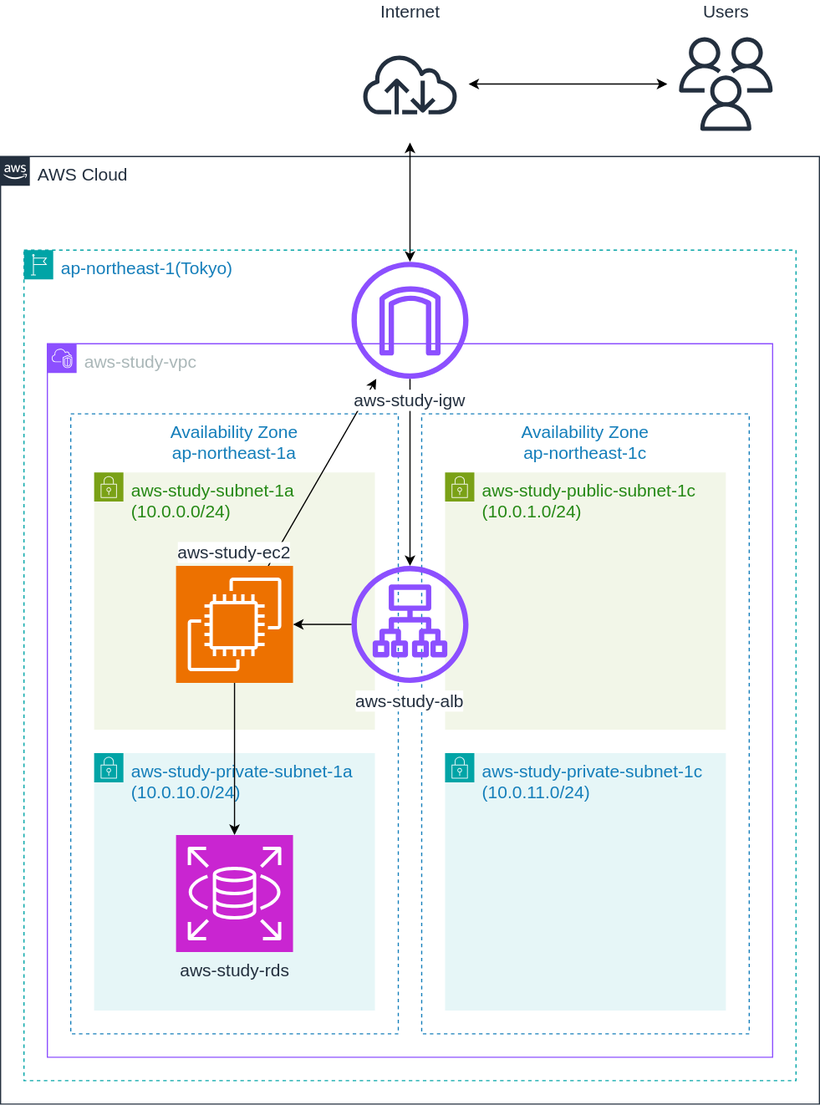
saway261/AWS-study keeps this draw.io diagram as docs/architecture/aws-diagram.svg. Above is the earlier version. Source tidied: cells renumbered, new cells last; positions are measured from the earlier drawing's top-left corner, leaving out a move shared by most shapes.
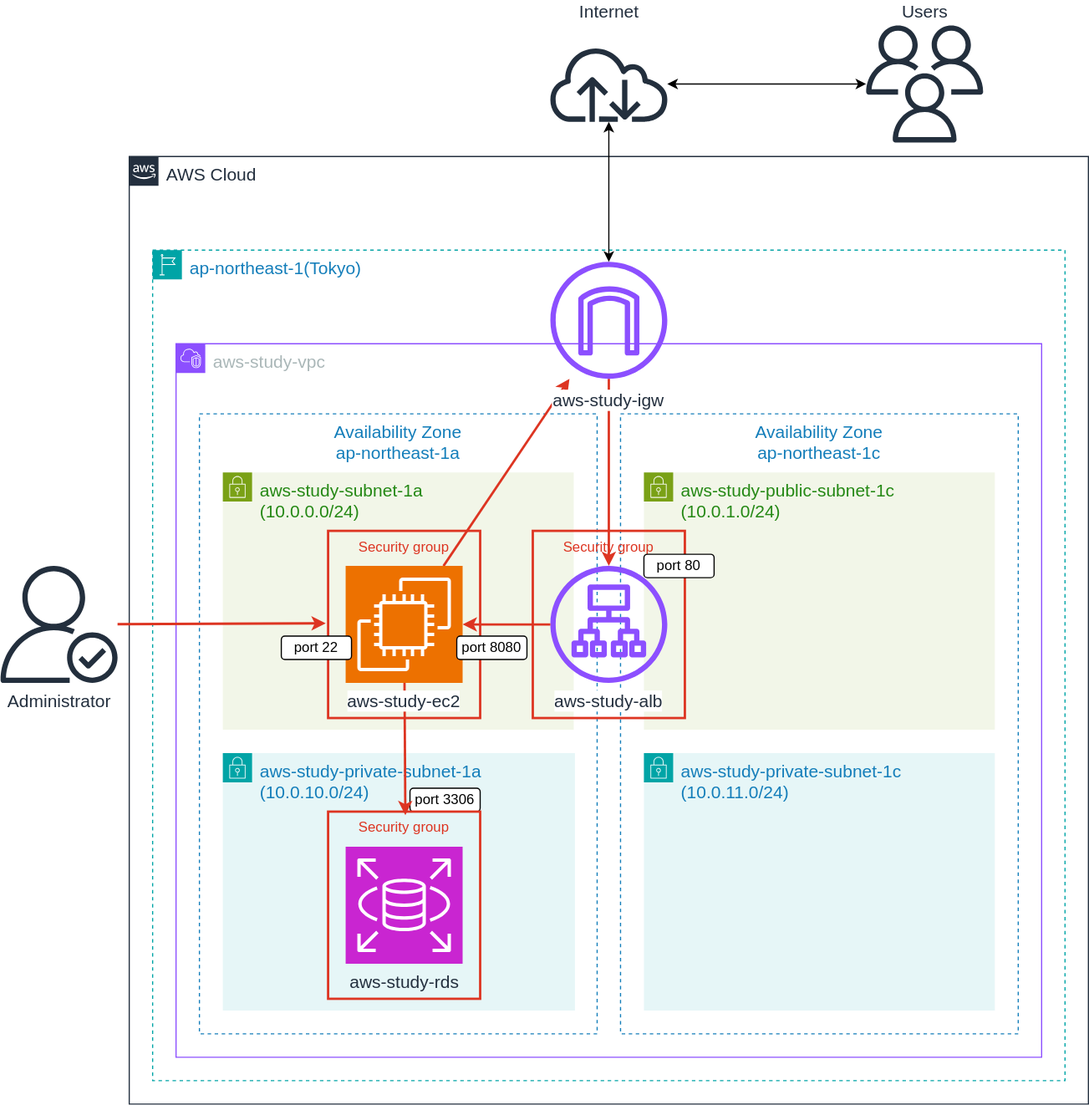
The same file after the commit.

Commit message:
fix: AWS構成図でSGによるインバウンド通信の制限を表現

What changed in the source:
```diff
@@ -3,67 +3,96 @@
     <mxCell id="0" />
     <mxCell id="1" parent="0" />
     <mxCell id="2" value="&lt;font&gt;AWS Cloud&lt;/font&gt;" style="gradientColor=none;html=1;whiteSpace=wrap;fontSize=15;fontStyle=0;shape=mxgraph.aws4.group;grIcon=mxgraph.aws4.group_aws_cloud_alt;strokeColor=#232F3E;fillColor=none;verticalAlign=top;align=left;spacingLeft=30;fontColor=#232F3E;dashed=0;" parent="1" vertex="1">
-      <mxGeometry y="112" width="700" height="810" as="geometry" />
+      <mxGeometry x="-60" y="112" width="820" height="810" as="geometry" />
     </mxCell>
     <mxCell id="3" value="&lt;font&gt;ap-northeast-1(Tokyo)&lt;/font&gt;" style="gradientColor=none;html=1;whiteSpace=wrap;fontSize=15;fontStyle=0;shape=mxgraph.aws4.group;grIcon=mxgraph.aws4.group_region;strokeColor=#00A4A6;fillColor=none;verticalAlign=top;align=left;spacingLeft=30;fontColor=#147EBA;dashed=1;" parent="1" vertex="1">
-      <mxGeometry x="20" y="192" width="660" height="710" as="geometry" />
+      <mxGeometry x="-40" y="192" width="780" height="710" as="geometry" />
     </mxCell>
     <mxCell id="4" value="&lt;font&gt;aws-study-vpc&lt;/font&gt;" style="sketch=0;gradientColor=none;html=1;whiteSpace=wrap;fontSize=15;fontStyle=0;shape=mxgraph.aws4.group;grIcon=mxgraph.aws4.group_vpc2;strokeColor=#8C4FFF;fillColor=none;verticalAlign=top;align=left;spacingLeft=30;fontColor=#AAB7B8;dashed=0;" parent="1" vertex="1">
-      <mxGeometry x="40" y="272" width="620" height="610" as="geometry" />
+      <mxGeometry x="-20" y="272" width="740" height="610" as="geometry" />
     </mxCell>
     <mxCell id="5" value="Availability Zone&lt;br&gt;ap-northeast-1c" style="fillColor=none;strokeColor=#147EBA;dashed=1;verticalAlign=top;fontStyle=0;fontColor=#147EBA;whiteSpace=wrap;html=1;fontSize=15;" parent="1" vertex="1">
-      <mxGeometry x="360" y="332" width="280" height="530" as="geometry" />
+      <mxGeometry x="360" y="332" width="340" height="530" as="geometry" />
     </mxCell>
     <mxCell id="6" value="Availability Zone&lt;br&gt;ap-northeast-1a" style="fillColor=none;strokeColor=#147EBA;dashed=1;verticalAlign=top;fontStyle=0;fontColor=#147EBA;whiteSpace=wrap;html=1;fontSize=15;" parent="1" vertex="1">
-      <mxGeometry x="60" y="332" width="280" height="530" as="geometry" />
+      <mxGeometry y="332" width="340" height="530" as="geometry" />
     </mxCell>
     <mxCell id="7" value="&lt;span style=&quot;color: rgb(36, 136, 20);&quot;&gt;&lt;span style=&quot;color: rgb(36, 136, 20);&quot;&gt;aws-study-public-subnet-1c&lt;/span&gt;&lt;br&gt;(10.0.1.0/24)&lt;/span&gt;" style="gradientColor=none;html=1;whiteSpace=wrap;fontSize=15;fontStyle=0;shape=mxgraph.aws4.group;grIcon=mxgraph.aws4.group_security_group;grStroke=0;strokeColor=#7AA116;fillColor=#F2F6E8;verticalAlign=top;align=left;spacingLeft=30;fontColor=#248814;dashed=0;" parent="1" vertex="1">
-      <mxGeometry x="380" y="382" width="240" height="220" as="geometry" />
+      <mxGeometry x="380" y="382" width="300" height="220" as="geometry" />
     </mxCell>
     <mxCell id="8" value="aws-study-subnet-1a&lt;br&gt;(10.0.0.0/24)" style="gradientColor=none;html=1;whiteSpace=wrap;fontSize=15;fontStyle=0;shape=mxgraph.aws4.group;grIcon=mxgraph.aws4.group_security_group;grStroke=0;strokeColor=#7AA116;fillColor=#F2F6E8;verticalAlign=top;align=left;spacingLeft=30;fontColor=#248814;dashed=0;" parent="1" vertex="1">
-      <mxGeometry x="80" y="382" width="240" height="220" as="geometry" />
+      <mxGeometry x="20" y="382" width="300" height="220" as="geometry" />
     </mxCell>
+    <mxCell id="23" value="Security group" style="fillColor=none;strokeColor=#DD3522;verticalAlign=top;fontStyle=0;fontColor=#DD3522;whiteSpace=wrap;html=1;strokeWidth=2;" parent="1" vertex="1">
+      <mxGeometry x="285" y="432" width="130" height="160" as="geometry" />
+    </mxCell>
+    <mxCell id="24" value="Security group" style="fillColor=none;strokeColor=#DD3522;verticalAlign=top;fontStyle=0;fontColor=#DD3522;whiteSpace=wrap;html=1;strokeWidth=2;" parent="1" vertex="1">
+      <mxGeometry x="110" y="432" width="130" height="160" as="geometry" />
+    </mxCell>
     <mxCell id="9" value="&lt;font style=&quot;font-size: 15px;&quot;&gt;aws-study-alb&lt;/font&gt;" style="sketch=0;outlineConnect=0;fontColor=#232F3E;gradientColor=none;fillColor=#8C4FFF;strokeColor=none;dashed=0;verticalLabelPosition=bottom;verticalAlign=top;align=center;html=1;fontSize=12;fontStyle=0;shape=mxgraph.aws4.application_load_balancer;whiteSpace=wrap;labelBackgroundColor=default;" parent="1" vertex="1">
       <mxGeometry x="300" y="462" width="100" height="100" as="geometry" />
     </mxCell>
     <mxCell id="10" value="aws-study-private-subnet-1a&lt;br&gt;(10.0.10.0/24)" style="gradientColor=none;html=1;whiteSpace=wrap;fontSize=15;fontStyle=0;shape=mxgraph.aws4.group;grIcon=mxgraph.aws4.group_security_group;grStroke=0;strokeColor=#00A4A6;fillColor=#E6F6F7;verticalAlign=top;align=left;spacingLeft=30;fontColor=#147EBA;dashed=0;" parent="1" vertex="1">
-      <mxGeometry x="80" y="622" width="240" height="220" as="geometry" />
+      <mxGeometry x="20" y="622" width="301" height="220" as="geometry" />
     </mxCell>
+    <mxCell id="25" value="port 3306" style="rounded=1;whiteSpace=wrap;html=1;fontSize=12;" parent="10" vertex="1">
+      <mxGeometry x="160" y="30" width="60" height="20" as="geometry" />
+    </mxCell>
+    <mxCell id="26" value="Security group" style="fillColor=none;strokeColor=#DD3522;verticalAlign=top;fontStyle=0;fontColor=#DD3522;whiteSpace=wrap;html=1;strokeWidth=2;" parent="1" vertex="1">
+      <mxGeometry x="110" y="672" width="130" height="160" as="geometry" />
+    </mxCell>
     <mxCell id="11" value="aws-study-private-subnet-1c&lt;br&gt;(10.0.11.0/24)" style="gradientColor=none;html=1;whiteSpace=wrap;fontSize=15;fontStyle=0;shape=mxgraph.aws4.group;grIcon=mxgraph.aws4.group_security_group;grStroke=0;strokeColor=#00A4A6;fillColor=#E6F6F7;verticalAlign=top;align=left;spacingLeft=30;fontColor=#147EBA;dashed=0;" parent="1" vertex="1">
-      <mxGeometry x="380" y="622" width="240" height="220" as="geometry" />
+      <mxGeometry x="380" y="622" width="300" height="220" as="geometry" />
     </mxCell>
     <mxCell id="12" value="aws-study-rds" style="sketch=0;points=[[0,0,0],[0.25,0,0],[0.5,0,0],[0.75,0,0],[1,0,0],[0,1,0],[0.25,1,0],[0.5,1,0],[0.75,1,0],[1,1,0],[0,0.25,0],[0,0.5,0],[0,0.75,0],[1,0.25,0],[1,0.5,0],[1,0.75,0]];outlineConnect=0;fontColor=#232F3E;fillColor=#C925D1;strokeColor=#ffffff;dashed=0;verticalLabelPosition=bottom;verticalAlign=top;align=center;html=1;fontSize=15;fontStyle=0;shape=mxgraph.aws4.resourceIcon;resIcon=mxgraph.aws4.rds;" parent="1" vertex="1">
-      <mxGeometry x="150" y="692" width="100" height="100" as="geometry" />
+      <mxGeometry x="125" y="702" width="100" height="100" as="geometry" />
     </mxCell>
-    <mxCell id="13" value="&lt;font style=&quot;font-size: 15px;&quot;&gt;Users&lt;/font&gt;" style="sketch=0;outlineConnect=0;fontColor=#232F3E;gradientColor=none;strokeColor=#232F3E;fillColor=#ffffff;dashed=0;verticalLabelPosition=top;verticalAlign=bottom;align=center;html=1;fontSize=12;fontStyle=0;shape=mxgraph.aws4.resourceIcon;resIcon=mxgraph.aws4.users;labelPosition=center;" parent="1" vertex="1">
+    <mxCell id="13" value="&lt;font style=&quot;font-size: 15px;&quot;&gt;Users&lt;/font&gt;" style="sketch=0;outlineConnect=0;fontColor=#232F3E;gradientColor=none;strokeColor=none;fillColor=#232F3D;dashed=0;verticalLabelPosition=top;verticalAlign=bottom;align=center;html=1;fontSize=12;fontStyle=0;labelPosition=center;shape=mxgraph.aws4.users;" parent="1" vertex="1">
       <mxGeometry x="570" width="100" height="100" as="geometry" />
     </mxCell>
     <mxCell id="14" style="endArrow=classic;startArrow=classic;html=1;" parent="1" edge="1" source="21" target="13">
       <mxGeometry relative="1" as="geometry" />
     </mxCell>
-    <mxCell id="15" style="endArrow=classic;html=1;" parent="1" edge="1" source="20" target="9">
+    <mxCell id="15" style="endArrow=classic;html=1;fontColor=none;noLabel=1;strokeColor=light-dark(#dd3522, #ededed);strokeWidth=2;" parent="1" edge="1" source="20" target="9">
       <mxGeometry relative="1" as="geometry" />
     </mxCell>
-    <mxCell id="16" style="endArrow=classic;html=1;entryX=1;entryY=0.5;entryDx=0;entryDy=0;entryPerimeter=0;" parent="1" edge="1" source="9" target="19">
+    <mxCell id="16" style="endArrow=classic;html=1;entryX=1;entryY=0.5;entryDx=0;entryDy=0;entryPerimeter=0;strokeColor=light-dark(#dd3522, #ededed);strokeWidth=2;" parent="1" edge="1" source="9" target="19">
       <mxGeometry relative="1" as="geometry" />
     </mxCell>
-    <mxCell id="17" style="edgeStyle=none;html=1;" parent="1" edge="1" source="19" target="12">
+    <mxCell id="17" style="edgeStyle=none;html=1;strokeColor=#DD3522;entryX=0.508;entryY=0.019;entryDx=0;entryDy=0;entryPerimeter=0;strokeWidth=2;" parent="1" edge="1" source="19" target="26">
       <mxGeometry relative="1" as="geometry" />
     </mxCell>
-    <mxCell id="18" style="endArrow=classic;html=1;" parent="1" edge="1" source="19" target="20">
+    <mxCell id="18" style="endArrow=classic;html=1;strokeColor=light-dark(#DD3522,#EDEDED);strokeWidth=2;" parent="1" edge="1" source="19" target="20">
       <mxGeometry relative="1" as="geometry" />
     </mxCell>
-    <mxCell id="19" value="aws-study-ec2" style="sketch=0;points=[[0,0,0],[0.25,0,0],[0.5,0,0],[0.75,0,0],[1,0,0],[0,1,0],[0.25,1,0],[0.5,1,0],[0.75,1,0],[1,1,0],[0,0.25,0],[0,0.5,0],[0,0.75,0],[1,0.25,0],[1,0.5,0],[1,0.75,0]];outlineConnect=0;fontColor=#232F3E;fillColor=#ED7100;strokeColor=#ffffff;dashed=0;verticalLabelPosition=top;verticalAlign=bottom;align=center;html=1;fontSize=15;fontStyle=0;shape=mxgraph.aws4.resourceIcon;resIcon=mxgraph.aws4.ec2;whiteSpace=wrap;horizontal=1;labelPosition=center;labelBackgroundColor=default;" parent="1" vertex="1">
-      <mxGeometry x="150" y="462" width="100" height="100" as="geometry" />
+    <mxCell id="19" value="aws-study-ec2" style="sketch=0;points=[[0,0,0],[0.25,0,0],[0.5,0,0],[0.75,0,0],[1,0,0],[0,1,0],[0.25,1,0],[0.5,1,0],[0.75,1,0],[1,1,0],[0,0.25,0],[0,0.5,0],[0,0.75,0],[1,0.25,0],[1,0.5,0],[1,0.75,0]];outlineConnect=0;fontColor=#232F3E;fillColor=#ED7100;strokeColor=#ffffff;dashed=0;verticalLabelPosition=bottom;verticalAlign=top;align=center;html=1;fontSize=15;fontStyle=0;shape=mxgraph.aws4.resourceIcon;resIcon=mxgraph.aws4.ec2;whiteSpace=wrap;horizontal=1;labelPosition=center;labelBackgroundColor=default;" parent="1" vertex="1">
+      <mxGeometry x="125" y="462" width="100" height="100" as="geometry" />
     </mxCell>
     <mxCell id="20" value="&lt;font style=&quot;font-size: 15px; background-color: light-dark(#ffffff, var(--ge-dark-color, #121212));&quot;&gt;aws-study-igw&lt;/font&gt;" style="sketch=0;outlineConnect=0;fontColor=#232F3E;gradientColor=none;fillColor=#8C4FFF;strokeColor=none;dashed=0;verticalLabelPosition=bottom;verticalAlign=top;align=center;html=1;fontSize=12;fontStyle=0;shape=mxgraph.aws4.internet_gateway;whiteSpace=wrap;labelPosition=center;labelBackgroundColor=default;spacingTop=3;" parent="1" vertex="1">
       <mxGeometry x="300" y="202" width="100" height="100" as="geometry" />
     </mxCell>
-    <mxCell id="21" value="&lt;font style=&quot;font-size: 15px;&quot;&gt;Internet&lt;/font&gt;" style="sketch=0;outlineConnect=0;fontColor=#232F3E;gradientColor=none;strokeColor=#232F3E;fillColor=#ffffff;dashed=0;verticalLabelPosition=top;verticalAlign=bottom;align=center;html=1;fontSize=12;fontStyle=0;shape=mxgraph.aws4.resourceIcon;resIcon=mxgraph.aws4.internet;labelBackgroundColor=none;labelPosition=center;" parent="1" vertex="1">
+    <mxCell id="21" value="&lt;font style=&quot;font-size: 15px;&quot;&gt;Internet&lt;/font&gt;" style="sketch=0;outlineConnect=0;fontColor=#232F3E;gradientColor=none;strokeColor=none;fillColor=#232F3D;dashed=0;verticalLabelPosition=top;verticalAlign=bottom;align=center;html=1;fontSize=12;fontStyle=0;shape=mxgraph.aws4.internet;labelBackgroundColor=none;labelPosition=center;" parent="1" vertex="1">
       <mxGeometry x="300" width="100" height="100" as="geometry" />
     </mxCell>
     <mxCell id="22" style="endArrow=classic;startArrow=classic;html=1;" parent="1" edge="1" source="20" target="21">
       <mxGeometry relative="1" as="geometry" />
     </mxCell>
+    <mxCell id="27" value="port 8080" style="rounded=1;whiteSpace=wrap;html=1;fontSize=12;" parent="1" vertex="1">
+      <mxGeometry x="220" y="522" width="60" height="20" as="geometry" />
+    </mxCell>
+    <mxCell id="28" value="port 80" style="rounded=1;whiteSpace=wrap;html=1;fontSize=12;" parent="1" vertex="1">
+      <mxGeometry x="380" y="452" width="60" height="20" as="geometry" />
+    </mxCell>
+    <mxCell id="29" value="port 22" style="rounded=1;whiteSpace=wrap;html=1;fontSize=12;" parent="1" vertex="1">
+      <mxGeometry x="70" y="522" width="60" height="20" as="geometry" />
+    </mxCell>
+    <mxCell id="30" style="edgeStyle=none;html=1;strokeColor=light-dark(#dd3522, #ededed);strokeWidth=2;" parent="1" edge="1" source="31">
+      <mxGeometry relative="1" as="geometry">
+        <mxPoint x="108" y="511" as="targetPoint" />
+      </mxGeometry>
+    </mxCell>
+    <mxCell id="31" value="&lt;font style=&quot;font-size: 15px;&quot;&gt;Administrator&lt;/font&gt;" style="sketch=0;outlineConnect=0;fontColor=#232F3E;gradientColor=none;fillColor=#232F3D;strokeColor=none;dashed=0;verticalLabelPosition=bottom;verticalAlign=top;align=center;html=1;fontSize=12;fontStyle=0;shape=mxgraph.aws4.authenticated_user;" parent="1" vertex="1">
+      <mxGeometry x="-170" y="462" width="100" height="100" as="geometry" />
+    </mxCell>
   </root>
 </mxGraphModel>
```
